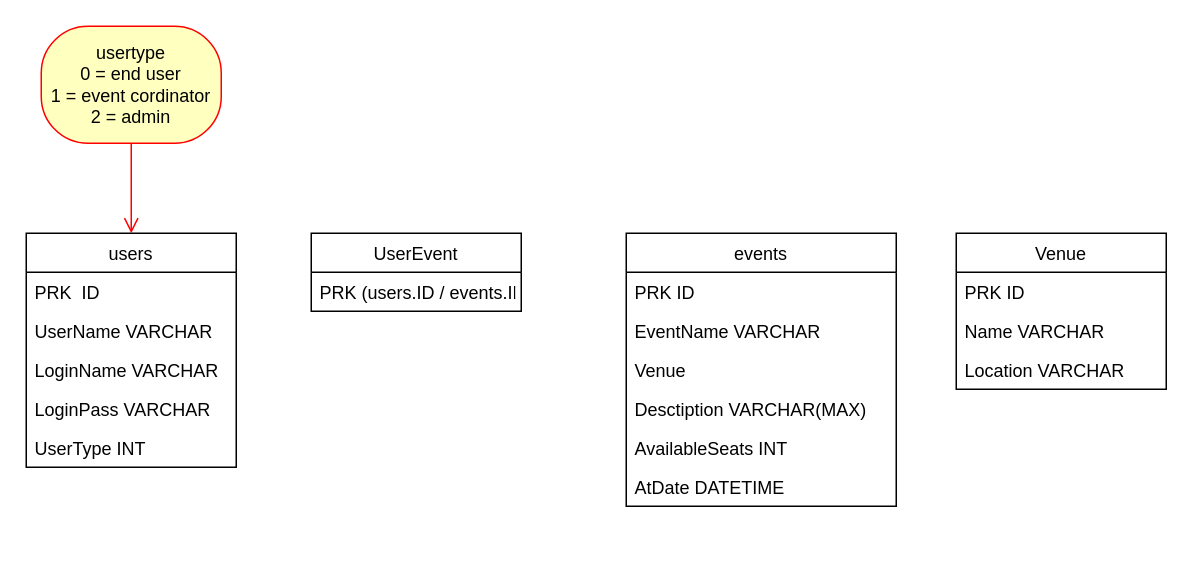
sandbxk/EventManager keeps this draw.io diagram as .design/event manager.drawio. Above is the earlier version. Source tidied: cells renumbered, new cells numbered last; positions are measured from the earlier drawing's top-left corner, leaving out a move shared by most shapes. Both pictures are drawn from the tidied source at 150%, with x=0, y=0 at pixel (26, 26).
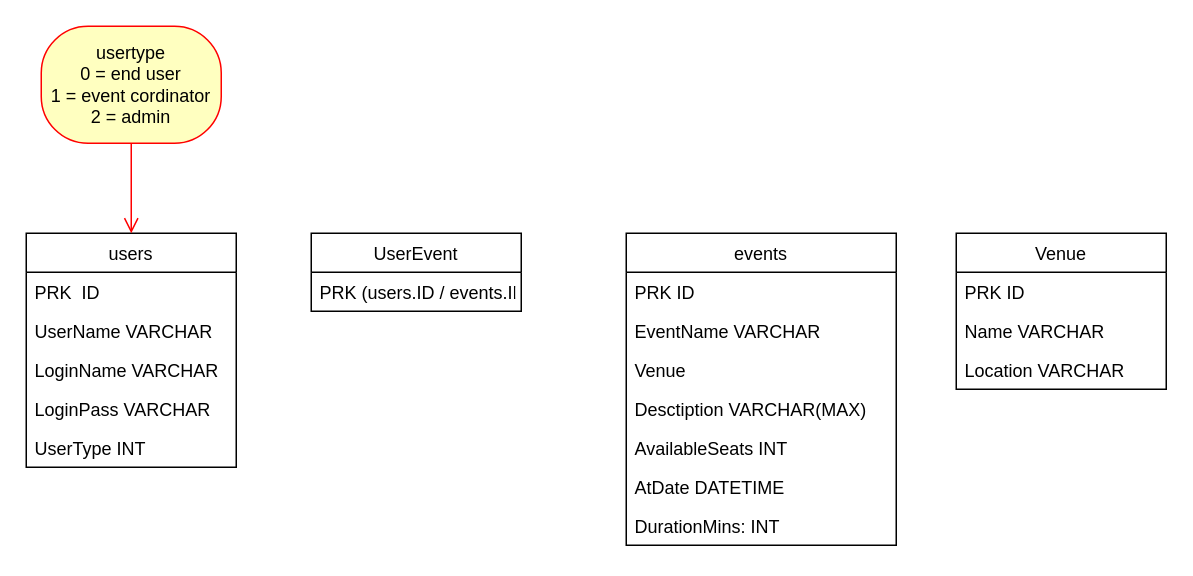
After the change.

Commit message:
Added duration to db design

What changed in the source:
```diff
@@
     <mxCell id="2" value="events" style="swimlane;fontStyle=0;horizontal=1;startSize=26;fillColor=none;" parent="1" vertex="1">
-      <mxGeometry x="400" y="138" width="180" height="182" as="geometry" />
+      <mxGeometry x="400" y="138" width="180" height="208" as="geometry" />
     </mxCell>
@@
+    <mxCell id="23" value="AtDate DATETIME" style="text;strokeColor=none;fillColor=none;align=left;verticalAlign=top;spacingLeft=4;spacingRight=4;overflow=hidden;" parent="2" vertex="1">
+      <mxGeometry y="156" width="180" height="26" as="geometry" />
+    </mxCell>
-    <mxCell id="8" value="AtDate DATETIME" style="text;strokeColor=none;fillColor=none;align=left;verticalAlign=top;spacingLeft=4;spacingRight=4;overflow=hidden;" parent="2" vertex="1">
-      <mxGeometry y="156" width="180" height="26" as="geometry" />
+    <mxCell id="8" value="DurationMins: INT" style="text;strokeColor=none;fillColor=none;align=left;verticalAlign=top;spacingLeft=4;spacingRight=4;overflow=hidden;" parent="2" vertex="1">
+      <mxGeometry y="182" width="180" height="26" as="geometry" />
     </mxCell>
```
